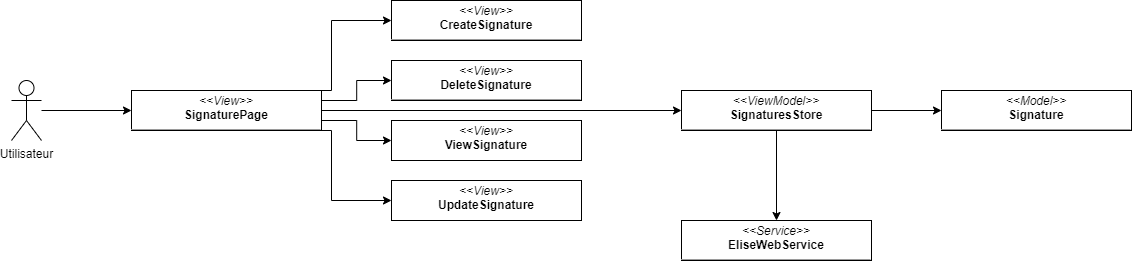
Before: images_pfe/dca_sprint2.png, a diagram exported from draw.io (PFE-Neoledge-2023/rapport). Source tidied: cells renumbered, new cells last; positions are measured from the earlier drawing's top-left corner, leaving out a move shared by most shapes.
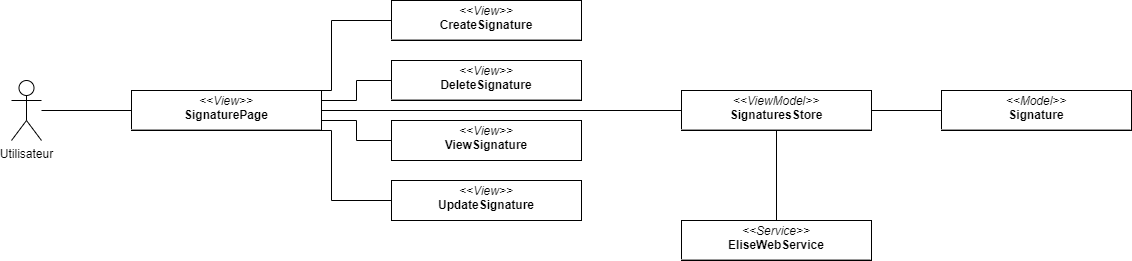
After the change.

The edit, as a diff of the source:
```diff
@@ -2,16 +2,16 @@
   <root>
     <mxCell id="0" />
     <mxCell id="1" parent="0" />
-    <mxCell id="2" style="edgeStyle=orthogonalEdgeStyle;rounded=0;jettySize=auto;html=1;entryX=0;entryY=0.5;entryDx=0;entryDy=0;" parent="1" edge="1" source="3" target="9">
+    <mxCell id="2" style="edgeStyle=orthogonalEdgeStyle;rounded=0;jettySize=auto;html=1;entryX=0;entryY=0.5;entryDx=0;entryDy=0;endArrow=none;endFill=0;" parent="1" edge="1" source="3" target="9">
       <mxGeometry relative="1" as="geometry" />
     </mxCell>
     <mxCell id="3" value="Utilisateur" style="shape=umlActor;verticalLabelPosition=bottom;verticalAlign=top;html=1;outlineConnect=0;" parent="1" vertex="1">
       <mxGeometry y="80" width="30" height="60" as="geometry" />
     </mxCell>
-    <mxCell id="4" style="edgeStyle=orthogonalEdgeStyle;rounded=0;jettySize=auto;html=1;entryX=0;entryY=0.5;entryDx=0;entryDy=0;startArrow=none;startFill=0;" parent="1" edge="1" source="9" target="11">
+    <mxCell id="4" style="edgeStyle=orthogonalEdgeStyle;rounded=0;jettySize=auto;html=1;entryX=0;entryY=0.5;entryDx=0;entryDy=0;startArrow=none;startFill=0;endArrow=none;endFill=0;" parent="1" edge="1" source="9" target="11">
       <mxGeometry relative="1" as="geometry" />
     </mxCell>
-    <mxCell id="5" style="edgeStyle=orthogonalEdgeStyle;rounded=0;html=1;exitX=1;exitY=0;exitDx=0;exitDy=0;entryX=0;entryY=0.5;entryDx=0;entryDy=0;startArrow=none;startFill=0;endArrow=classic;endFill=1;" parent="1" edge="1" source="9" target="12">
+    <mxCell id="5" style="edgeStyle=orthogonalEdgeStyle;rounded=0;html=1;exitX=1;exitY=0;exitDx=0;exitDy=0;entryX=0;entryY=0.5;entryDx=0;entryDy=0;startArrow=none;startFill=0;endArrow=none;endFill=0;" parent="1" edge="1" source="9" target="12">
       <mxGeometry relative="1" as="geometry">
         <Array as="points">
           <mxPoint x="320" y="90" />
@@ -19,13 +19,13 @@
         </Array>
       </mxGeometry>
     </mxCell>
-    <mxCell id="6" style="edgeStyle=orthogonalEdgeStyle;rounded=0;html=1;exitX=1;exitY=0.25;exitDx=0;exitDy=0;entryX=0;entryY=0.5;entryDx=0;entryDy=0;startArrow=none;startFill=0;endArrow=classic;endFill=1;" parent="1" edge="1" source="9" target="14">
+    <mxCell id="6" style="edgeStyle=orthogonalEdgeStyle;rounded=0;html=1;exitX=1;exitY=0.25;exitDx=0;exitDy=0;entryX=0;entryY=0.5;entryDx=0;entryDy=0;startArrow=none;startFill=0;endArrow=none;endFill=0;" parent="1" edge="1" source="9" target="14">
       <mxGeometry relative="1" as="geometry" />
     </mxCell>
-    <mxCell id="7" style="edgeStyle=orthogonalEdgeStyle;rounded=0;html=1;exitX=1;exitY=0.75;exitDx=0;exitDy=0;entryX=0;entryY=0.5;entryDx=0;entryDy=0;startArrow=none;startFill=0;endArrow=classic;endFill=1;" parent="1" edge="1" source="9" target="15">
+    <mxCell id="7" style="edgeStyle=orthogonalEdgeStyle;rounded=0;html=1;exitX=1;exitY=0.75;exitDx=0;exitDy=0;entryX=0;entryY=0.5;entryDx=0;entryDy=0;startArrow=none;startFill=0;endArrow=none;endFill=0;" parent="1" edge="1" source="9" target="15">
       <mxGeometry relative="1" as="geometry" />
     </mxCell>
-    <mxCell id="8" style="edgeStyle=orthogonalEdgeStyle;rounded=0;html=1;exitX=1;exitY=1;exitDx=0;exitDy=0;entryX=0;entryY=0.5;entryDx=0;entryDy=0;startArrow=none;startFill=0;endArrow=classic;endFill=1;" parent="1" edge="1" source="9" target="13">
+    <mxCell id="8" style="edgeStyle=orthogonalEdgeStyle;rounded=0;html=1;exitX=1;exitY=1;exitDx=0;exitDy=0;entryX=0;entryY=0.5;entryDx=0;entryDy=0;startArrow=none;startFill=0;endArrow=none;endFill=0;" parent="1" edge="1" source="9" target="13">
       <mxGeometry relative="1" as="geometry">
         <Array as="points">
           <mxPoint x="320" y="130" />
@@ -36,7 +36,7 @@
     <mxCell id="9" value="&lt;p style=&quot;margin:0px;margin-top:4px;text-align:center;&quot;&gt;&lt;i&gt;&amp;lt;&amp;lt;View&amp;gt;&amp;gt;&lt;/i&gt;&lt;br&gt;&lt;b&gt;SignaturePage&lt;/b&gt;&lt;br&gt;&lt;/p&gt;&lt;hr size=&quot;1&quot;&gt;&lt;p style=&quot;margin:0px;margin-left:4px;&quot;&gt;&lt;/p&gt;&lt;p style=&quot;margin:0px;margin-left:4px;&quot;&gt;&lt;br&gt;&lt;/p&gt;" style="verticalAlign=top;align=left;overflow=fill;fontSize=12;fontFamily=Helvetica;html=1;whiteSpace=wrap;" parent="1" vertex="1">
       <mxGeometry x="120" y="90" width="190" height="40" as="geometry" />
     </mxCell>
-    <mxCell id="10" style="edgeStyle=orthogonalEdgeStyle;rounded=0;jettySize=auto;html=1;startArrow=none;startFill=0;" parent="1" edge="1" source="11" target="16">
+    <mxCell id="10" style="edgeStyle=orthogonalEdgeStyle;rounded=0;jettySize=auto;html=1;startArrow=none;startFill=0;endArrow=none;endFill=0;" parent="1" edge="1" source="11" target="16">
       <mxGeometry relative="1" as="geometry" />
     </mxCell>
     <mxCell id="11" value="&lt;p style=&quot;margin:0px;margin-top:4px;text-align:center;&quot;&gt;&lt;i&gt;&amp;lt;&amp;lt;ViewModel&amp;gt;&amp;gt;&lt;/i&gt;&lt;br&gt;&lt;b&gt;SignaturesStore&lt;/b&gt;&lt;br&gt;&lt;/p&gt;&lt;hr size=&quot;1&quot;&gt;&lt;p style=&quot;margin:0px;margin-left:4px;&quot;&gt;&lt;br&gt;&lt;/p&gt;" style="verticalAlign=top;align=left;overflow=fill;fontSize=12;fontFamily=Helvetica;html=1;whiteSpace=wrap;" parent="1" vertex="1">
@@ -57,7 +57,7 @@
     <mxCell id="16" value="&lt;p style=&quot;margin:0px;margin-top:4px;text-align:center;&quot;&gt;&lt;i&gt;&amp;lt;&amp;lt;Model&amp;gt;&amp;gt;&lt;/i&gt;&lt;br&gt;&lt;b&gt;Signature&lt;/b&gt;&lt;/p&gt;&lt;hr size=&quot;1&quot;&gt;&lt;p style=&quot;margin:0px;margin-left:4px;&quot;&gt;&lt;br&gt;&lt;/p&gt;" style="verticalAlign=top;align=left;overflow=fill;fontSize=12;fontFamily=Helvetica;html=1;whiteSpace=wrap;" parent="1" vertex="1">
       <mxGeometry x="930" y="90" width="190" height="40" as="geometry" />
     </mxCell>
-    <mxCell id="17" style="edgeStyle=orthogonalEdgeStyle;rounded=0;jettySize=auto;html=1;entryX=0.5;entryY=1;entryDx=0;entryDy=0;startArrow=classic;startFill=1;endArrow=none;endFill=0;" parent="1" edge="1" source="18" target="11">
+    <mxCell id="17" style="edgeStyle=orthogonalEdgeStyle;rounded=0;jettySize=auto;html=1;entryX=0.5;entryY=1;entryDx=0;entryDy=0;startArrow=none;startFill=0;endArrow=none;endFill=0;" parent="1" edge="1" source="18" target="11">
       <mxGeometry relative="1" as="geometry" />
     </mxCell>
     <mxCell id="18" value="&lt;p style=&quot;margin:0px;margin-top:4px;text-align:center;&quot;&gt;&lt;i&gt;&amp;lt;&amp;lt;Service&amp;gt;&amp;gt;&lt;/i&gt;&lt;br&gt;&lt;b&gt;EliseWebService&lt;/b&gt;&lt;/p&gt;&lt;hr size=&quot;1&quot;&gt;&lt;p style=&quot;margin:0px;margin-left:4px;&quot;&gt;&lt;/p&gt;&lt;p style=&quot;margin:0px;margin-left:4px;&quot;&gt;&lt;br&gt;&lt;/p&gt;" style="verticalAlign=top;align=left;overflow=fill;fontSize=12;fontFamily=Helvetica;html=1;whiteSpace=wrap;" parent="1" vertex="1">
```
